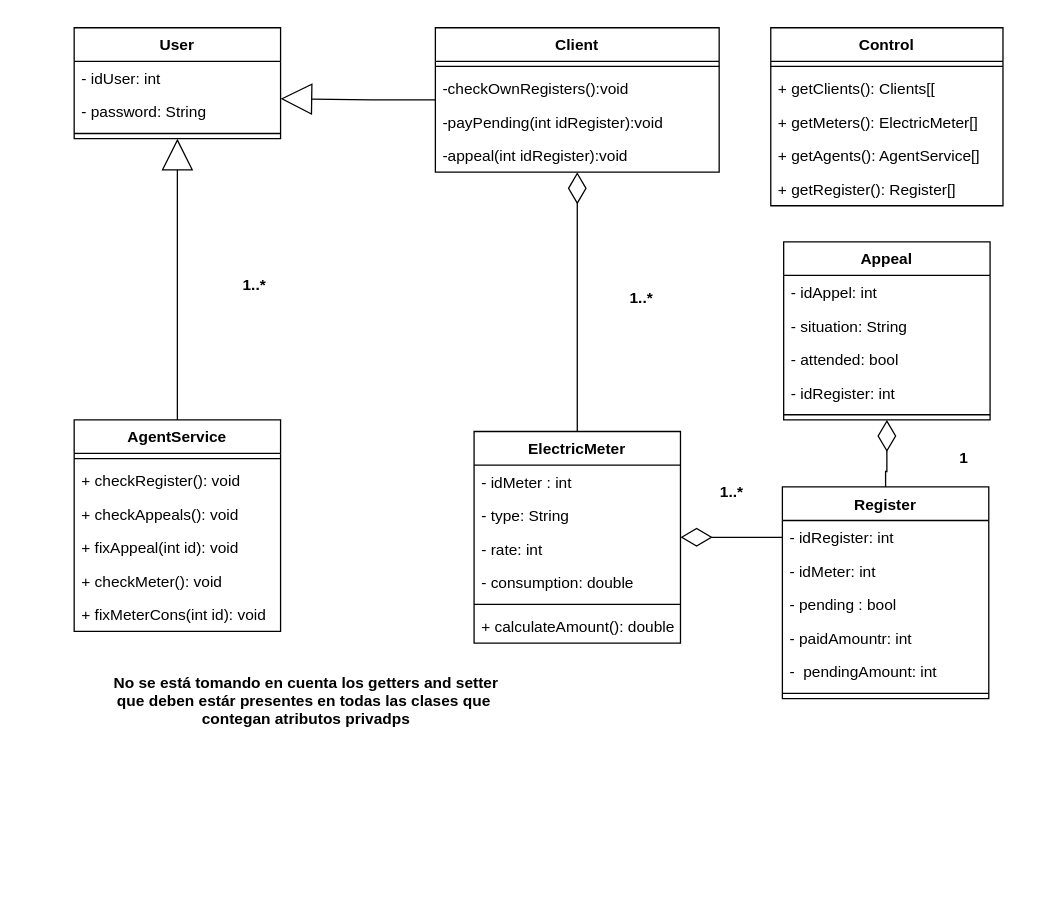
Earlier version of the draw.io diagram Class Diagram/Class Diagram .drawio (brydiaz/IV-Projecto-Lenguajes). Source tidied: cells renumbered, new cells numbered last; positions are measured from the earlier drawing's top-left corner, leaving out a move shared by most shapes. Both pictures are drawn from the tidied source at 129%, with x=0, y=0 at pixel (74, 27).
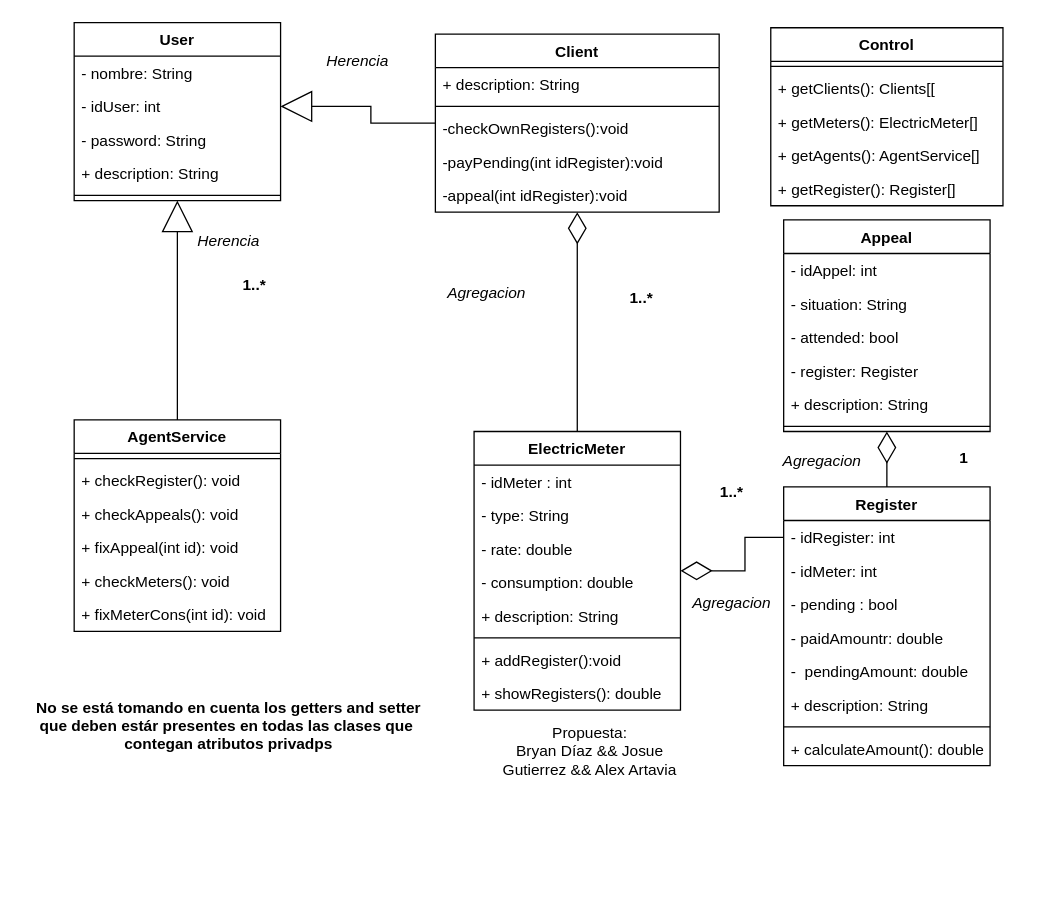
The same page after the edit.

The change refers to these unchanged cells:
```xml
<mxCell id="35" value="AgentService" style="swimlane;fontStyle=1;align=center;verticalAlign=top;horizontal=1;startSize=26;" parent="1" vertex="1">
  <mxGeometry y="304" width="160" height="164" as="geometry" />
</mxCell>
```

Diff of the diagram source:
```diff
@@
-    <mxCell id="2" style="edgeStyle=orthogonalEdgeStyle;rounded=0;jettySize=auto;html=1;endArrow=block;endFill=0;endSize=22;" parent="1" edge="1" source="3">
-      <mxGeometry relative="1" as="geometry">
-        <mxPoint x="160" y="55" as="targetPoint" />
-      </mxGeometry>
-    </mxCell>
+    <mxCell id="54" style="edgeStyle=orthogonalEdgeStyle;rounded=0;jettySize=auto;html=1;entryX=1;entryY=0.5;entryDx=0;entryDy=0;endSize=22;endArrow=block;endFill=0;" parent="1" edge="1" source="3" target="18">
+      <mxGeometry relative="1" as="geometry" />
+    </mxCell>
     <mxCell id="3" value="Client" style="swimlane;fontStyle=1;align=center;verticalAlign=top;horizontal=1;startSize=26;" parent="1" vertex="1">
-      <mxGeometry x="280" width="220" height="112" as="geometry" />
+      <mxGeometry x="280" y="5" width="220" height="138" as="geometry" />
     </mxCell>
+    <mxCell id="55" value="+ description: String" style="text;strokeColor=none;fillColor=none;align=left;verticalAlign=top;spacingLeft=4;spacingRight=4;overflow=hidden;" parent="3" vertex="1">
+      <mxGeometry y="26" width="220" height="26" as="geometry" />
+    </mxCell>
     <mxCell id="4" style="line;strokeWidth=1;fillColor=none;align=left;verticalAlign=middle;spacingTop=-1;spacingLeft=3;spacingRight=3;labelPosition=right;" parent="3" vertex="1">
-      <mxGeometry y="26" width="220" height="8" as="geometry" />
+      <mxGeometry y="52" width="220" height="8" as="geometry" />
     </mxCell>
     <mxCell id="5" value="-checkOwnRegisters():void" style="text;strokeColor=none;fillColor=none;align=left;verticalAlign=top;spacingLeft=4;spacingRight=4;overflow=hidden;" parent="3" vertex="1">
-      <mxGeometry y="34" width="220" height="26" as="geometry" />
+      <mxGeometry y="60" width="220" height="26" as="geometry" />
     </mxCell>
     <mxCell id="6" value="-payPending(int idRegister):void" style="text;strokeColor=none;fillColor=none;align=left;verticalAlign=top;spacingLeft=4;spacingRight=4;overflow=hidden;" parent="3" vertex="1">
-      <mxGeometry y="60" width="220" height="26" as="geometry" />
+      <mxGeometry y="86" width="220" height="26" as="geometry" />
     </mxCell>
     <mxCell id="7" value="-appeal(int idRegister):void" style="text;strokeColor=none;fillColor=none;align=left;verticalAlign=top;spacingLeft=4;spacingRight=4;overflow=hidden;" parent="3" vertex="1">
-      <mxGeometry y="86" width="220" height="26" as="geometry" />
+      <mxGeometry y="112" width="220" height="26" as="geometry" />
     </mxCell>
@@
     <mxCell id="10" value="ElectricMeter" style="swimlane;fontStyle=1;align=center;verticalAlign=top;horizontal=1;startSize=26;" parent="1" vertex="1">
-      <mxGeometry x="310" y="313" width="160" height="164" as="geometry" />
+      <mxGeometry x="310" y="313" width="160" height="216" as="geometry" />
     </mxCell>
@@
-    <mxCell id="13" value="- rate: int" style="text;strokeColor=none;fillColor=none;align=left;verticalAlign=top;spacingLeft=4;spacingRight=4;overflow=hidden;" parent="10" vertex="1">
+    <mxCell id="13" value="- rate: double" style="text;strokeColor=none;fillColor=none;align=left;verticalAlign=top;spacingLeft=4;spacingRight=4;overflow=hidden;" parent="10" vertex="1">
       <mxGeometry y="78" width="160" height="26" as="geometry" />
     </mxCell>
@@
+    <mxCell id="56" value="+ description: String" style="text;strokeColor=none;fillColor=none;align=left;verticalAlign=top;spacingLeft=4;spacingRight=4;overflow=hidden;" parent="10" vertex="1">
+      <mxGeometry y="130" width="160" height="26" as="geometry" />
+    </mxCell>
     <mxCell id="15" style="line;strokeWidth=1;fillColor=none;align=left;verticalAlign=middle;spacingTop=-1;spacingLeft=3;spacingRight=3;labelPosition=right;" parent="10" vertex="1">
-      <mxGeometry y="130" width="160" height="8" as="geometry" />
+      <mxGeometry y="156" width="160" height="8" as="geometry" />
     </mxCell>
-    <mxCell id="16" value="+ calculateAmount(): double" style="text;strokeColor=none;fillColor=none;align=left;verticalAlign=top;spacingLeft=4;spacingRight=4;overflow=hidden;" parent="10" vertex="1">
-      <mxGeometry y="138" width="160" height="26" as="geometry" />
-    </mxCell>
+    <mxCell id="57" value="+ addRegister():void" style="text;strokeColor=none;fillColor=none;align=left;verticalAlign=top;spacingLeft=4;spacingRight=4;overflow=hidden;" parent="10" vertex="1">
+      <mxGeometry y="164" width="160" height="26" as="geometry" />
+    </mxCell>
+    <mxCell id="58" value="+ showRegisters(): double" style="text;strokeColor=none;fillColor=none;align=left;verticalAlign=top;spacingLeft=4;spacingRight=4;overflow=hidden;" parent="10" vertex="1">
+      <mxGeometry y="190" width="160" height="26" as="geometry" />
+    </mxCell>
     <mxCell id="17" value="User" style="swimlane;fontStyle=1;align=center;verticalAlign=top;horizontal=1;startSize=26;" parent="1" vertex="1">
-      <mxGeometry width="160" height="86" as="geometry" />
+      <mxGeometry y="-4" width="160" height="138" as="geometry" />
     </mxCell>
+    <mxCell id="59" value="- nombre: String" style="text;strokeColor=none;fillColor=none;align=left;verticalAlign=top;spacingLeft=4;spacingRight=4;overflow=hidden;" parent="17" vertex="1">
+      <mxGeometry y="26" width="160" height="26" as="geometry" />
+    </mxCell>
     <mxCell id="18" value="- idUser: int" style="text;strokeColor=none;fillColor=none;align=left;verticalAlign=top;spacingLeft=4;spacingRight=4;overflow=hidden;points=[[0,0.5],[1,0.5]];portConstraint=eastwest;" parent="17" vertex="1">
-      <mxGeometry y="26" width="160" height="26" as="geometry" />
+      <mxGeometry y="52" width="160" height="26" as="geometry" />
     </mxCell>
     <mxCell id="19" value="- password: String" style="text;strokeColor=none;fillColor=none;align=left;verticalAlign=top;spacingLeft=4;spacingRight=4;overflow=hidden;" parent="17" vertex="1">
-      <mxGeometry y="52" width="160" height="26" as="geometry" />
+      <mxGeometry y="78" width="160" height="26" as="geometry" />
     </mxCell>
+    <mxCell id="60" value="+ description: String" style="text;strokeColor=none;fillColor=none;align=left;verticalAlign=top;spacingLeft=4;spacingRight=4;overflow=hidden;" parent="17" vertex="1">
+      <mxGeometry y="104" width="160" height="26" as="geometry" />
+    </mxCell>
     <mxCell id="20" style="line;strokeWidth=1;fillColor=none;align=left;verticalAlign=middle;spacingTop=-1;spacingLeft=3;spacingRight=3;labelPosition=right;" parent="17" vertex="1">
-      <mxGeometry y="78" width="160" height="8" as="geometry" />
+      <mxGeometry y="130" width="160" height="8" as="geometry" />
     </mxCell>
@@
     <mxCell id="22" value="Register" style="swimlane;fontStyle=1;align=center;verticalAlign=top;horizontal=1;startSize=26;" parent="1" vertex="1">
-      <mxGeometry x="549" y="356" width="160" height="164" as="geometry" />
+      <mxGeometry x="550" y="356" width="160" height="216" as="geometry" />
     </mxCell>
@@
-    <mxCell id="26" value="- paidAmountr: int" style="text;strokeColor=none;fillColor=none;align=left;verticalAlign=top;spacingLeft=4;spacingRight=4;overflow=hidden;" parent="22" vertex="1">
+    <mxCell id="26" value="- paidAmountr: double" style="text;strokeColor=none;fillColor=none;align=left;verticalAlign=top;spacingLeft=4;spacingRight=4;overflow=hidden;" parent="22" vertex="1">
       <mxGeometry y="104" width="160" height="26" as="geometry" />
     </mxCell>
-    <mxCell id="27" value="-  pendingAmount: int" style="text;strokeColor=none;fillColor=none;align=left;verticalAlign=top;spacingLeft=4;spacingRight=4;overflow=hidden;" parent="22" vertex="1">
+    <mxCell id="27" value="-  pendingAmount: double" style="text;strokeColor=none;fillColor=none;align=left;verticalAlign=top;spacingLeft=4;spacingRight=4;overflow=hidden;" parent="22" vertex="1">
       <mxGeometry y="130" width="160" height="26" as="geometry" />
     </mxCell>
+    <mxCell id="61" value="+ description: String" style="text;strokeColor=none;fillColor=none;align=left;verticalAlign=top;spacingLeft=4;spacingRight=4;overflow=hidden;" parent="22" vertex="1">
+      <mxGeometry y="156" width="160" height="26" as="geometry" />
+    </mxCell>
     <mxCell id="28" style="line;strokeWidth=1;fillColor=none;align=left;verticalAlign=middle;spacingTop=-1;spacingLeft=3;spacingRight=3;labelPosition=right;" parent="22" vertex="1">
-      <mxGeometry y="156" width="160" height="8" as="geometry" />
+      <mxGeometry y="182" width="160" height="8" as="geometry" />
     </mxCell>
+    <mxCell id="16" value="+ calculateAmount(): double" style="text;strokeColor=none;fillColor=none;align=left;verticalAlign=top;spacingLeft=4;spacingRight=4;overflow=hidden;" parent="22" vertex="1">
+      <mxGeometry y="190" width="160" height="26" as="geometry" />
+    </mxCell>
@@
-    <mxCell id="40" value="+ checkMeter(): void" style="text;strokeColor=none;fillColor=none;align=left;verticalAlign=top;spacingLeft=4;spacingRight=4;overflow=hidden;" parent="35" vertex="1">
+    <mxCell id="40" value="+ checkMeters(): void" style="text;strokeColor=none;fillColor=none;align=left;verticalAlign=top;spacingLeft=4;spacingRight=4;overflow=hidden;" parent="35" vertex="1">
       <mxGeometry y="112" width="160" height="26" as="geometry" />
     </mxCell>
@@
     <mxCell id="43" value="Appeal" style="swimlane;fontStyle=1;align=center;verticalAlign=top;horizontal=1;startSize=26;" parent="1" vertex="1">
-      <mxGeometry x="550" y="166" width="160" height="138" as="geometry" />
+      <mxGeometry x="550" y="149" width="160" height="164" as="geometry" />
     </mxCell>
@@
-    <mxCell id="47" value="- idRegister: int" style="text;strokeColor=none;fillColor=none;align=left;verticalAlign=top;spacingLeft=4;spacingRight=4;overflow=hidden;" parent="43" vertex="1">
+    <mxCell id="47" value="- register: Register" style="text;strokeColor=none;fillColor=none;align=left;verticalAlign=top;spacingLeft=4;spacingRight=4;overflow=hidden;" parent="43" vertex="1">
       <mxGeometry y="104" width="160" height="26" as="geometry" />
     </mxCell>
+    <mxCell id="62" value="+ description: String" style="text;strokeColor=none;fillColor=none;align=left;verticalAlign=top;spacingLeft=4;spacingRight=4;overflow=hidden;" parent="43" vertex="1">
+      <mxGeometry y="130" width="160" height="26" as="geometry" />
+    </mxCell>
     <mxCell id="48" style="line;strokeWidth=1;fillColor=none;align=left;verticalAlign=middle;spacingTop=-1;spacingLeft=3;spacingRight=3;labelPosition=right;" parent="43" vertex="1">
-      <mxGeometry y="130" width="160" height="8" as="geometry" />
+      <mxGeometry y="156" width="160" height="8" as="geometry" />
     </mxCell>
@@
     <mxCell id="52" value="No se está tomando en cuenta los getters and setter&#10;que deben estár presentes en todas las clases que &#10;contegan atributos privadps" style="text;align=center;fontStyle=1;verticalAlign=middle;spacingLeft=3;spacingRight=3;strokeColor=none;" parent="1" vertex="1">
-      <mxGeometry x="20" y="406" width="320" height="230" as="geometry" />
+      <mxGeometry x="-40" y="426" width="320" height="230" as="geometry" />
     </mxCell>
@@
+    <mxCell id="63" value="&lt;i&gt;Herencia&lt;/i&gt;" style="text;html=1;strokeColor=none;fillColor=none;align=center;verticalAlign=middle;whiteSpace=wrap;rounded=0;" parent="1" vertex="1">
+      <mxGeometry x="100" y="156" width="40" height="20" as="geometry" />
+    </mxCell>
+    <mxCell id="64" value="&lt;i&gt;Herencia&lt;/i&gt;" style="text;html=1;strokeColor=none;fillColor=none;align=center;verticalAlign=middle;whiteSpace=wrap;rounded=0;" parent="1" vertex="1">
+      <mxGeometry x="200" y="16" width="40" height="20" as="geometry" />
+    </mxCell>
+    <mxCell id="65" value="&lt;i&gt;Agregacion&lt;br&gt;&lt;/i&gt;" style="text;html=1;strokeColor=none;fillColor=none;align=center;verticalAlign=middle;whiteSpace=wrap;rounded=0;" parent="1" vertex="1">
+      <mxGeometry x="300" y="196" width="40" height="20" as="geometry" />
+    </mxCell>
+    <mxCell id="66" value="&lt;i&gt;Agregacion&lt;br&gt;&lt;/i&gt;" style="text;html=1;strokeColor=none;fillColor=none;align=center;verticalAlign=middle;whiteSpace=wrap;rounded=0;" parent="1" vertex="1">
+      <mxGeometry x="560" y="326" width="40" height="20" as="geometry" />
+    </mxCell>
+    <mxCell id="67" value="&lt;i&gt;Agregacion&lt;br&gt;&lt;/i&gt;" style="text;html=1;strokeColor=none;fillColor=none;align=center;verticalAlign=middle;whiteSpace=wrap;rounded=0;" parent="1" vertex="1">
+      <mxGeometry x="490" y="436" width="40" height="20" as="geometry" />
+    </mxCell>
+    <mxCell id="68" value="Propuesta:&lt;br&gt;Bryan Díaz &amp;amp;&amp;amp; Josue Gutierrez &amp;amp;&amp;amp; Alex Artavia" style="text;html=1;strokeColor=none;fillColor=none;align=center;verticalAlign=middle;whiteSpace=wrap;rounded=0;" parent="1" vertex="1">
+      <mxGeometry x="320" y="526" width="160" height="70" as="geometry" />
+    </mxCell>
```
